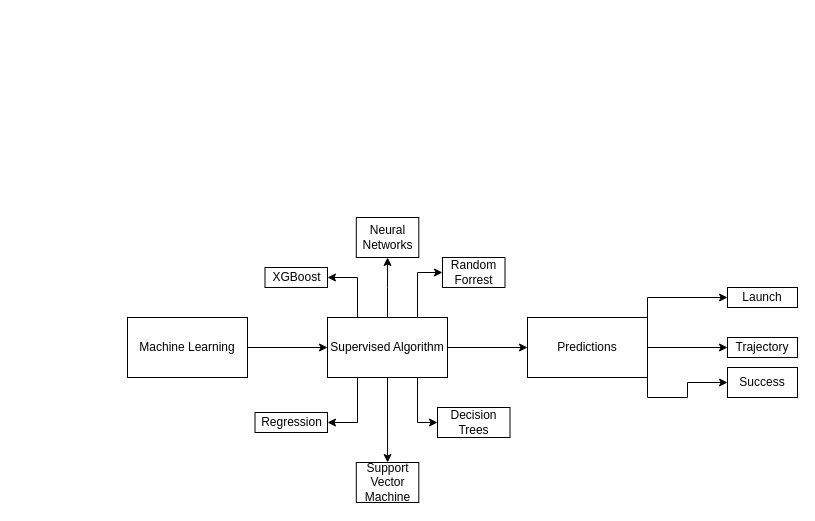
Earlier version of the draw.io diagram Untitled Diagram.drawio (arahrooh31/PiRelay). Source tidied: cells renumbered, new cells numbered last; positions are measured from the earlier drawing's top-left corner, leaving out a move shared by most shapes. Both pictures are drawn from the tidied source at 100%, with x=0, y=0 at pixel (127, 217).
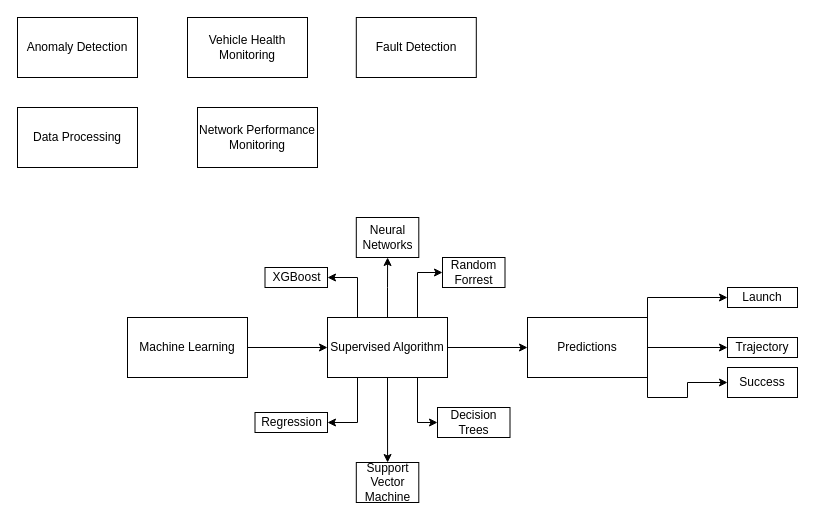
Above is the later version.

Diff of the diagram source:
```diff
@@
+    <mxCell id="25" value="Data Processing" style="rounded=0;whiteSpace=wrap;html=1;" parent="1" vertex="1">
+      <mxGeometry x="-110" y="-110" width="120" height="60" as="geometry" />
+    </mxCell>
+    <mxCell id="26" value="Network Performance Monitoring" style="rounded=0;whiteSpace=wrap;html=1;" parent="1" vertex="1">
+      <mxGeometry x="70" y="-110" width="120" height="60" as="geometry" />
+    </mxCell>
+    <mxCell id="27" value="Anomaly Detection" style="rounded=0;whiteSpace=wrap;html=1;" parent="1" vertex="1">
+      <mxGeometry x="-110" y="-200" width="120" height="60" as="geometry" />
+    </mxCell>
+    <mxCell id="28" value="Vehicle Health Monitoring" style="rounded=0;whiteSpace=wrap;html=1;" parent="1" vertex="1">
+      <mxGeometry x="60" y="-200" width="120" height="60" as="geometry" />
+    </mxCell>
+    <mxCell id="29" value="Fault Detection" style="rounded=0;whiteSpace=wrap;html=1;" parent="1" vertex="1">
+      <mxGeometry x="228.8" y="-200" width="120" height="60" as="geometry" />
+    </mxCell>
```
